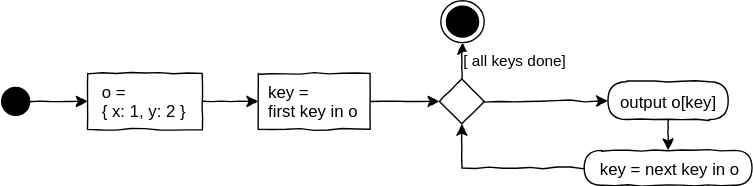
The draw.io diagram X01_Appendix/UML/LoopKeys.svg in JirkaDellOro/Code-Inverted, before a commit. Source tidied: cells renumbered, new cells last; positions are measured from the earlier drawing's top-left corner, leaving out a move shared by most shapes. The source it was exported from:
```xml
<mxGraphModel>
  <root>
    <mxCell id="0" />
    <mxCell id="1" parent="0" />
    <mxCell id="2" style="ellipse;html=1;shape=endState;fillColor=#000000;strokeColor=#000000;comic=1;" parent="1" vertex="1">
      <mxGeometry x="314.5" width="31" height="30" as="geometry" />
    </mxCell>
    <mxCell id="3" style="rounded=0;comic=1;jettySize=auto;html=1;verticalAlign=bottom;" parent="1" edge="1" source="13" target="10">
      <mxGeometry relative="1" as="geometry" />
    </mxCell>
    <mxCell id="4" value="[ all keys done]" style="edgeStyle=orthogonalEdgeStyle;rounded=0;comic=1;jettySize=auto;html=1;labelPosition=right;verticalLabelPosition=middle;align=left;verticalAlign=middle;" parent="1" edge="1" source="5" target="2">
      <mxGeometry relative="1" as="geometry" />
    </mxCell>
    <mxCell id="5" style="rhombus;whiteSpace=wrap;html=1;rounded=0;shadow=0;glass=0;comic=1;strokeColor=#000000;align=left;" parent="1" vertex="1">
      <mxGeometry x="313.5" y="56" width="32" height="32" as="geometry" />
    </mxCell>
    <mxCell id="6" style="edgeStyle=orthogonalEdgeStyle;rounded=0;jettySize=auto;html=1;comic=1;" parent="1" edge="1" source="11" target="5">
      <mxGeometry relative="1" as="geometry" />
    </mxCell>
    <mxCell id="7" value="&lt;div style=&quot;text-align: left&quot;&gt;o =&amp;nbsp;&lt;/div&gt;&lt;div style=&quot;text-align: left&quot;&gt;{ x: 1, y: 2 }&lt;/div&gt;" style="rounded=0;whiteSpace=wrap;html=1;comic=1;" parent="1" vertex="1">
      <mxGeometry x="62" y="52" width="82" height="40" as="geometry" />
    </mxCell>
    <mxCell id="8" style="edgeStyle=orthogonalEdgeStyle;rounded=0;jettySize=auto;html=1;comic=1;" parent="1" edge="1" source="15" target="7">
      <mxGeometry relative="1" as="geometry" />
    </mxCell>
    <mxCell id="9" style="edgeStyle=orthogonalEdgeStyle;rounded=0;comic=1;jettySize=auto;html=1;" parent="1" edge="1" source="10" target="5">
      <mxGeometry relative="1" as="geometry" />
    </mxCell>
    <mxCell id="10" value="key = next key in o" style="rounded=1;whiteSpace=wrap;html=1;absoluteArcSize=1;arcSize=50;strokeWidth=1;shadow=0;comic=1;" parent="1" vertex="1">
      <mxGeometry x="417" y="107" width="120" height="25" as="geometry" />
    </mxCell>
    <mxCell id="11" value="&lt;div style=&quot;text-align: left&quot;&gt;key =&amp;nbsp;&lt;/div&gt;&lt;div style=&quot;text-align: left&quot;&gt;first key in o&lt;/div&gt;" style="rounded=0;whiteSpace=wrap;html=1;comic=1;" parent="1" vertex="1">
      <mxGeometry x="184" y="52" width="80" height="40" as="geometry" />
    </mxCell>
    <mxCell id="12" style="edgeStyle=orthogonalEdgeStyle;rounded=0;jettySize=auto;html=1;comic=1;" parent="1" edge="1" source="7" target="11">
      <mxGeometry relative="1" as="geometry" />
    </mxCell>
    <mxCell id="13" value="output o[key]" style="rounded=1;whiteSpace=wrap;html=1;absoluteArcSize=1;arcSize=50;strokeWidth=1;shadow=0;comic=1;" parent="1" vertex="1">
      <mxGeometry x="434" y="58" width="86" height="27" as="geometry" />
    </mxCell>
    <mxCell id="14" style="rounded=0;comic=1;jettySize=auto;html=1;verticalAlign=bottom;" parent="1" edge="1" source="5" target="13">
      <mxGeometry relative="1" as="geometry" />
    </mxCell>
    <mxCell id="15" style="ellipse;whiteSpace=wrap;html=1;rounded=0;shadow=0;comic=0;labelBackgroundColor=none;strokeColor=#000000;strokeWidth=1;fillColor=#000000;fontFamily=Verdana;fontSize=12;fontColor=#000000;align=center;comic=1;" parent="1" vertex="1">
      <mxGeometry x="0.5" y="62" width="20" height="20" as="geometry" />
    </mxCell>
  </root>
</mxGraphModel>
```
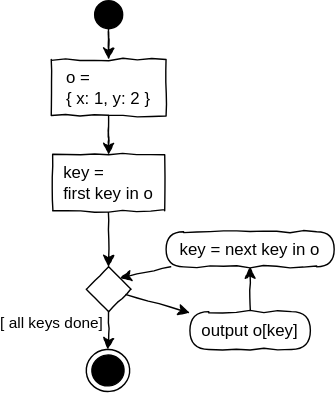
The same diagram one commit later.

Commit message:
Loop diagrams refactored

Change to the diagram source:
```diff
@@ -2,17 +2,17 @@
   <root>
     <mxCell id="0" />
     <mxCell id="1" parent="0" />
-    <mxCell id="2" style="ellipse;html=1;shape=endState;fillColor=#000000;strokeColor=#000000;comic=1;" parent="1" vertex="1">
-      <mxGeometry x="314.5" width="31" height="30" as="geometry" />
+    <mxCell id="2" style="ellipse;html=1;shape=endState;fillColor=#000000;strokeColor=#000000;comic=1;rotation=-5;" parent="1" vertex="1">
+      <mxGeometry x="87" y="259" width="31" height="30" as="geometry" />
     </mxCell>
     <mxCell id="3" style="rounded=0;comic=1;jettySize=auto;html=1;verticalAlign=bottom;" parent="1" edge="1" source="13" target="10">
       <mxGeometry relative="1" as="geometry" />
     </mxCell>
     <mxCell id="4" value="[ all keys done]" style="edgeStyle=orthogonalEdgeStyle;rounded=0;comic=1;jettySize=auto;html=1;labelPosition=right;verticalLabelPosition=middle;align=left;verticalAlign=middle;" parent="1" edge="1" source="5" target="2">
-      <mxGeometry relative="1" as="geometry" />
+      <mxGeometry x="-0.42" y="-79" relative="1" as="geometry" />
     </mxCell>
     <mxCell id="5" style="rhombus;whiteSpace=wrap;html=1;rounded=0;shadow=0;glass=0;comic=1;strokeColor=#000000;align=left;" parent="1" vertex="1">
-      <mxGeometry x="313.5" y="56" width="32" height="32" as="geometry" />
+      <mxGeometry x="87" y="200" width="32" height="32" as="geometry" />
     </mxCell>
     <mxCell id="6" style="edgeStyle=orthogonalEdgeStyle;rounded=0;jettySize=auto;html=1;comic=1;" parent="1" edge="1" source="11" target="5">
       <mxGeometry relative="1" as="geometry" />
@@ -23,26 +23,26 @@
     <mxCell id="8" style="edgeStyle=orthogonalEdgeStyle;rounded=0;jettySize=auto;html=1;comic=1;" parent="1" edge="1" source="15" target="7">
       <mxGeometry relative="1" as="geometry" />
     </mxCell>
-    <mxCell id="9" style="edgeStyle=orthogonalEdgeStyle;rounded=0;comic=1;jettySize=auto;html=1;" parent="1" edge="1" source="10" target="5">
+    <mxCell id="9" style="rounded=0;comic=1;jettySize=auto;html=1;entryX=1;entryY=0;entryDx=0;entryDy=0;" parent="1" edge="1" source="10" target="5">
       <mxGeometry relative="1" as="geometry" />
     </mxCell>
     <mxCell id="10" value="key = next key in o" style="rounded=1;whiteSpace=wrap;html=1;absoluteArcSize=1;arcSize=50;strokeWidth=1;shadow=0;comic=1;" parent="1" vertex="1">
-      <mxGeometry x="417" y="107" width="120" height="25" as="geometry" />
+      <mxGeometry x="144" y="175" width="120" height="25" as="geometry" />
     </mxCell>
     <mxCell id="11" value="&lt;div style=&quot;text-align: left&quot;&gt;key =&amp;nbsp;&lt;/div&gt;&lt;div style=&quot;text-align: left&quot;&gt;first key in o&lt;/div&gt;" style="rounded=0;whiteSpace=wrap;html=1;comic=1;" parent="1" vertex="1">
-      <mxGeometry x="184" y="52" width="80" height="40" as="geometry" />
+      <mxGeometry x="63" y="120" width="80" height="40" as="geometry" />
     </mxCell>
     <mxCell id="12" style="edgeStyle=orthogonalEdgeStyle;rounded=0;jettySize=auto;html=1;comic=1;" parent="1" edge="1" source="7" target="11">
       <mxGeometry relative="1" as="geometry" />
     </mxCell>
     <mxCell id="13" value="output o[key]" style="rounded=1;whiteSpace=wrap;html=1;absoluteArcSize=1;arcSize=50;strokeWidth=1;shadow=0;comic=1;" parent="1" vertex="1">
-      <mxGeometry x="434" y="58" width="86" height="27" as="geometry" />
+      <mxGeometry x="161" y="232" width="86" height="27" as="geometry" />
     </mxCell>
     <mxCell id="14" style="rounded=0;comic=1;jettySize=auto;html=1;verticalAlign=bottom;" parent="1" edge="1" source="5" target="13">
       <mxGeometry relative="1" as="geometry" />
     </mxCell>
     <mxCell id="15" style="ellipse;whiteSpace=wrap;html=1;rounded=0;shadow=0;comic=0;labelBackgroundColor=none;strokeColor=#000000;strokeWidth=1;fillColor=#000000;fontFamily=Verdana;fontSize=12;fontColor=#000000;align=center;comic=1;" parent="1" vertex="1">
-      <mxGeometry x="0.5" y="62" width="20" height="20" as="geometry" />
+      <mxGeometry x="93" y="10" width="20" height="20" as="geometry" />
     </mxCell>
   </root>
 </mxGraphModel>
```
